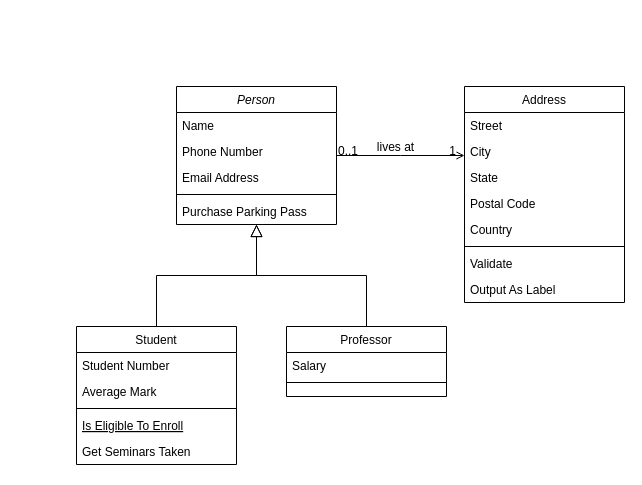
The draw.io diagram ArtGallery.drawio in brito-bernardo/database-modeling, before the edit. Source tidied: cells renumbered, new cells numbered last; positions are measured from the earlier drawing's top-left corner, leaving out a move shared by most shapes. Both pictures are drawn from the tidied source at 100%, with x=0, y=0 at pixel (76, 86).
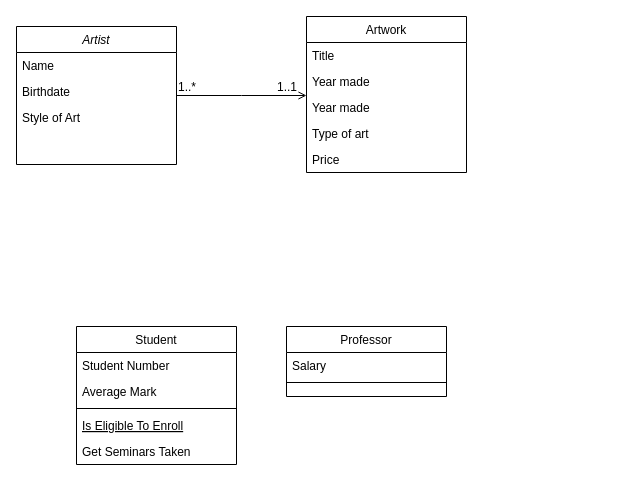
The same page after the edit.

The change refers to these unchanged cells:
```xml
<mxCell id="8" value="Student" style="swimlane;fontStyle=0;align=center;verticalAlign=top;horizontal=1;startSize=26;rounded=0;shadow=0;strokeWidth=1;" parent="1" vertex="1">
  <mxGeometry y="240" width="160" height="138" as="geometry" />
</mxCell>
<mxCell id="15" value="Professor" style="swimlane;fontStyle=0;align=center;verticalAlign=top;horizontal=1;startSize=26;rounded=0;shadow=0;strokeWidth=1;" parent="1" vertex="1">
  <mxGeometry x="210" y="240" width="160" height="70" as="geometry" />
</mxCell>
<mxCell id="28" style="endArrow=open;shadow=0;strokeWidth=1;rounded=0;endFill=1;edgeStyle=elbowEdgeStyle;elbow=vertical;" parent="1" edge="1" source="2" target="19">
  <mxGeometry x="0.5" y="41" relative="1" as="geometry">
    <mxPoint x="-40" y="32" as="offset" />
  </mxGeometry>
</mxCell>
```

The edit, as a diff of the source:
```diff
@@
-    <mxCell id="2" value="Person" style="swimlane;fontStyle=2;align=center;verticalAlign=top;horizontal=1;startSize=26;rounded=0;shadow=0;strokeWidth=1;" parent="1" vertex="1">
-      <mxGeometry x="100" width="160" height="138" as="geometry" />
+    <mxCell id="2" value="Artist" style="swimlane;fontStyle=2;align=center;verticalAlign=top;horizontal=1;startSize=26;rounded=0;shadow=0;strokeWidth=1;" parent="1" vertex="1">
+      <mxGeometry x="-60" y="-60" width="160" height="138" as="geometry" />
     </mxCell>
@@
-    <mxCell id="4" value="Phone Number" style="text;align=left;verticalAlign=top;spacingLeft=4;spacingRight=4;overflow=hidden;rounded=0;shadow=0;html=0;" parent="2" vertex="1">
+    <mxCell id="4" value="Birthdate" style="text;align=left;verticalAlign=top;spacingLeft=4;spacingRight=4;overflow=hidden;rounded=0;shadow=0;html=0;" parent="2" vertex="1">
       <mxGeometry y="52" width="160" height="26" as="geometry" />
     </mxCell>
-    <mxCell id="5" value="Email Address" style="text;align=left;verticalAlign=top;spacingLeft=4;spacingRight=4;overflow=hidden;rounded=0;shadow=0;html=0;" parent="2" vertex="1">
+    <mxCell id="5" value="Style of Art" style="text;align=left;verticalAlign=top;spacingLeft=4;spacingRight=4;overflow=hidden;rounded=0;shadow=0;html=0;" parent="2" vertex="1">
       <mxGeometry y="78" width="160" height="26" as="geometry" />
     </mxCell>
-    <mxCell id="6" style="line;html=1;strokeWidth=1;align=left;verticalAlign=middle;spacingTop=-1;spacingLeft=3;spacingRight=3;labelPosition=right;" parent="2" vertex="1">
-      <mxGeometry y="104" width="160" height="8" as="geometry" />
-    </mxCell>
-    <mxCell id="7" value="Purchase Parking Pass" style="text;align=left;verticalAlign=top;spacingLeft=4;spacingRight=4;overflow=hidden;" parent="2" vertex="1">
-      <mxGeometry y="112" width="160" height="26" as="geometry" />
-    </mxCell>
@@
-    <mxCell id="14" style="endArrow=block;endSize=10;endFill=0;shadow=0;strokeWidth=1;rounded=0;edgeStyle=elbowEdgeStyle;elbow=vertical;" parent="1" edge="1" source="8" target="2">
-      <mxGeometry relative="1" as="geometry" />
-    </mxCell>
@@
-    <mxCell id="18" style="endArrow=block;endSize=10;endFill=0;shadow=0;strokeWidth=1;rounded=0;edgeStyle=elbowEdgeStyle;elbow=vertical;" parent="1" edge="1" source="15" target="2">
-      <mxGeometry relative="1" as="geometry" />
-    </mxCell>
-    <mxCell id="19" value="Address" style="swimlane;fontStyle=0;align=center;verticalAlign=top;horizontal=1;startSize=26;rounded=0;shadow=0;strokeWidth=1;" parent="1" vertex="1">
-      <mxGeometry x="388" width="160" height="216" as="geometry" />
+    <mxCell id="19" value="Artwork" style="swimlane;fontStyle=0;align=center;verticalAlign=top;horizontal=1;startSize=26;rounded=0;shadow=0;strokeWidth=1;" parent="1" vertex="1">
+      <mxGeometry x="230" y="-70" width="160" height="156" as="geometry" />
     </mxCell>
-    <mxCell id="20" value="Street" style="text;align=left;verticalAlign=top;spacingLeft=4;spacingRight=4;overflow=hidden;" parent="19" vertex="1">
+    <mxCell id="20" value="Title" style="text;align=left;verticalAlign=top;spacingLeft=4;spacingRight=4;overflow=hidden;" parent="19" vertex="1">
       <mxGeometry y="26" width="160" height="26" as="geometry" />
     </mxCell>
+    <mxCell id="32" value="Year made" style="text;align=left;verticalAlign=top;spacingLeft=4;spacingRight=4;overflow=hidden;rounded=0;shadow=0;html=0;" parent="19" vertex="1">
+      <mxGeometry y="52" width="160" height="26" as="geometry" />
+    </mxCell>
-    <mxCell id="21" value="City" style="text;align=left;verticalAlign=top;spacingLeft=4;spacingRight=4;overflow=hidden;rounded=0;shadow=0;html=0;" parent="19" vertex="1">
-      <mxGeometry y="52" width="160" height="26" as="geometry" />
+    <mxCell id="21" value="Year made" style="text;align=left;verticalAlign=top;spacingLeft=4;spacingRight=4;overflow=hidden;rounded=0;shadow=0;html=0;" parent="19" vertex="1">
+      <mxGeometry y="78" width="160" height="26" as="geometry" />
     </mxCell>
-    <mxCell id="22" value="State" style="text;align=left;verticalAlign=top;spacingLeft=4;spacingRight=4;overflow=hidden;rounded=0;shadow=0;html=0;" parent="19" vertex="1">
-      <mxGeometry y="78" width="160" height="26" as="geometry" />
+    <mxCell id="22" value="Type of art" style="text;align=left;verticalAlign=top;spacingLeft=4;spacingRight=4;overflow=hidden;rounded=0;shadow=0;html=0;" parent="19" vertex="1">
+      <mxGeometry y="104" width="160" height="26" as="geometry" />
     </mxCell>
-    <mxCell id="23" value="Postal Code" style="text;align=left;verticalAlign=top;spacingLeft=4;spacingRight=4;overflow=hidden;rounded=0;shadow=0;html=0;" parent="19" vertex="1">
-      <mxGeometry y="104" width="160" height="26" as="geometry" />
+    <mxCell id="23" value="Price" style="text;align=left;verticalAlign=top;spacingLeft=4;spacingRight=4;overflow=hidden;rounded=0;shadow=0;html=0;" parent="19" vertex="1">
+      <mxGeometry y="130" width="160" height="26" as="geometry" />
     </mxCell>
-    <mxCell id="24" value="Country" style="text;align=left;verticalAlign=top;spacingLeft=4;spacingRight=4;overflow=hidden;rounded=0;shadow=0;html=0;" parent="19" vertex="1">
-      <mxGeometry y="130" width="160" height="26" as="geometry" />
-    </mxCell>
-    <mxCell id="25" style="line;html=1;strokeWidth=1;align=left;verticalAlign=middle;spacingTop=-1;spacingLeft=3;spacingRight=3;labelPosition=right;" parent="19" vertex="1">
-      <mxGeometry y="156" width="160" height="8" as="geometry" />
-    </mxCell>
-    <mxCell id="26" value="Validate" style="text;align=left;verticalAlign=top;spacingLeft=4;spacingRight=4;overflow=hidden;" parent="19" vertex="1">
-      <mxGeometry y="164" width="160" height="26" as="geometry" />
-    </mxCell>
-    <mxCell id="27" value="Output As Label" style="text;align=left;verticalAlign=top;spacingLeft=4;spacingRight=4;overflow=hidden;" parent="19" vertex="1">
-      <mxGeometry y="190" width="160" height="26" as="geometry" />
-    </mxCell>
@@
-    <mxCell id="29" value="0..1" style="align=left;verticalAlign=bottom;labelBackgroundColor=none;fontSize=12;" parent="28" vertex="1">
-      <mxGeometry x="-1" relative="1" as="geometry">
-        <mxPoint y="4" as="offset" />
-      </mxGeometry>
+    <mxCell id="29" value="1..*" style="align=left;verticalAlign=bottom;labelBackgroundColor=none;fontSize=12;" parent="28" vertex="1">
+      <mxGeometry x="-1" relative="1" as="geometry" />
     </mxCell>
-    <mxCell id="30" value="1" style="align=right;verticalAlign=bottom;labelBackgroundColor=none;fontSize=12;" parent="28" vertex="1">
+    <mxCell id="30" value="1..1" style="align=right;verticalAlign=bottom;labelBackgroundColor=none;fontSize=12;" parent="28" vertex="1">
       <mxGeometry x="1" relative="1" as="geometry">
-        <mxPoint x="-7" y="4" as="offset" />
+        <mxPoint x="-8" as="offset" />
       </mxGeometry>
     </mxCell>
-    <mxCell id="31" value="lives at" style="text;html=1;align=center;verticalAlign=middle;labelBackgroundColor=none;rounded=0;shadow=0;strokeWidth=1;fontSize=12;" parent="28" vertex="1">
-      <mxGeometry x="0.5" y="49" relative="1" as="geometry">
-        <mxPoint x="-38" y="40" as="offset" />
-      </mxGeometry>
-    </mxCell>
```
